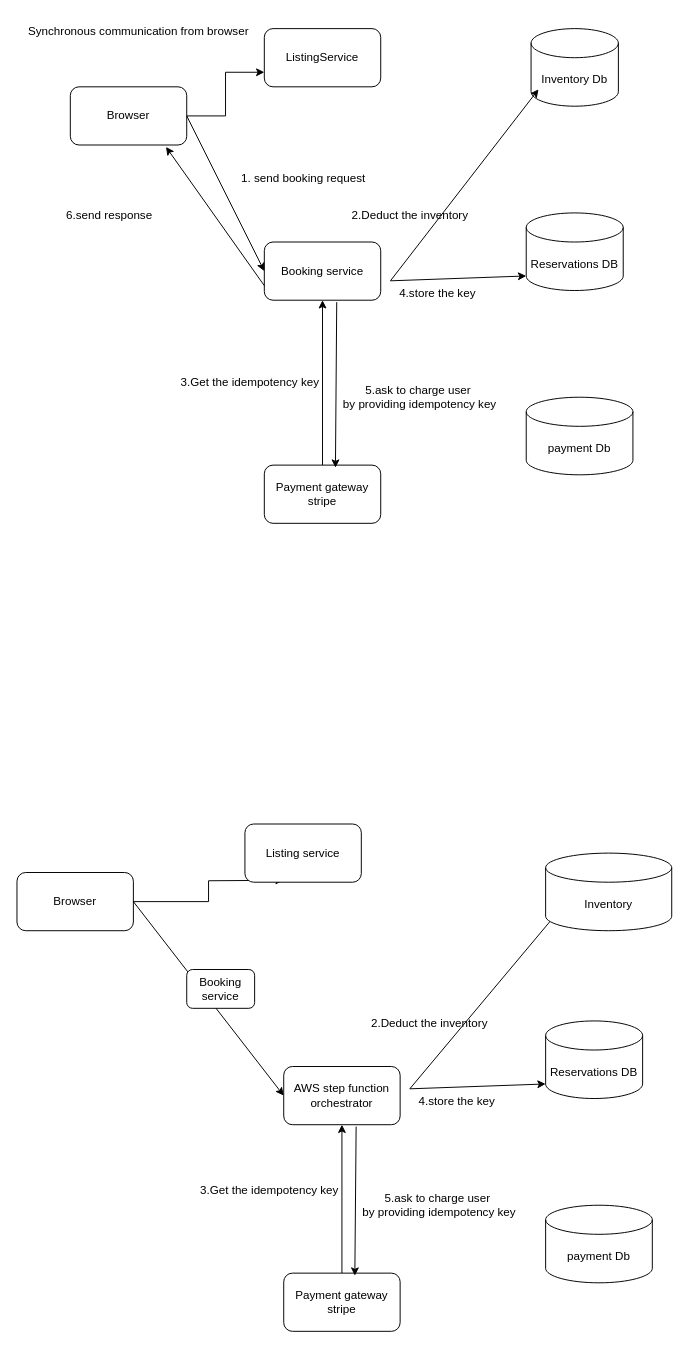
The draw.io diagram payment/Payment.drawio in vemarajusaikrishna/hld, before the edit. Source tidied: cells renumbered, new cells numbered last; positions are measured from the earlier drawing's top-left corner, leaving out a move shared by most shapes. Both pictures are drawn from the tidied source at 97%, with x=0, y=0 at pixel (16, 16).
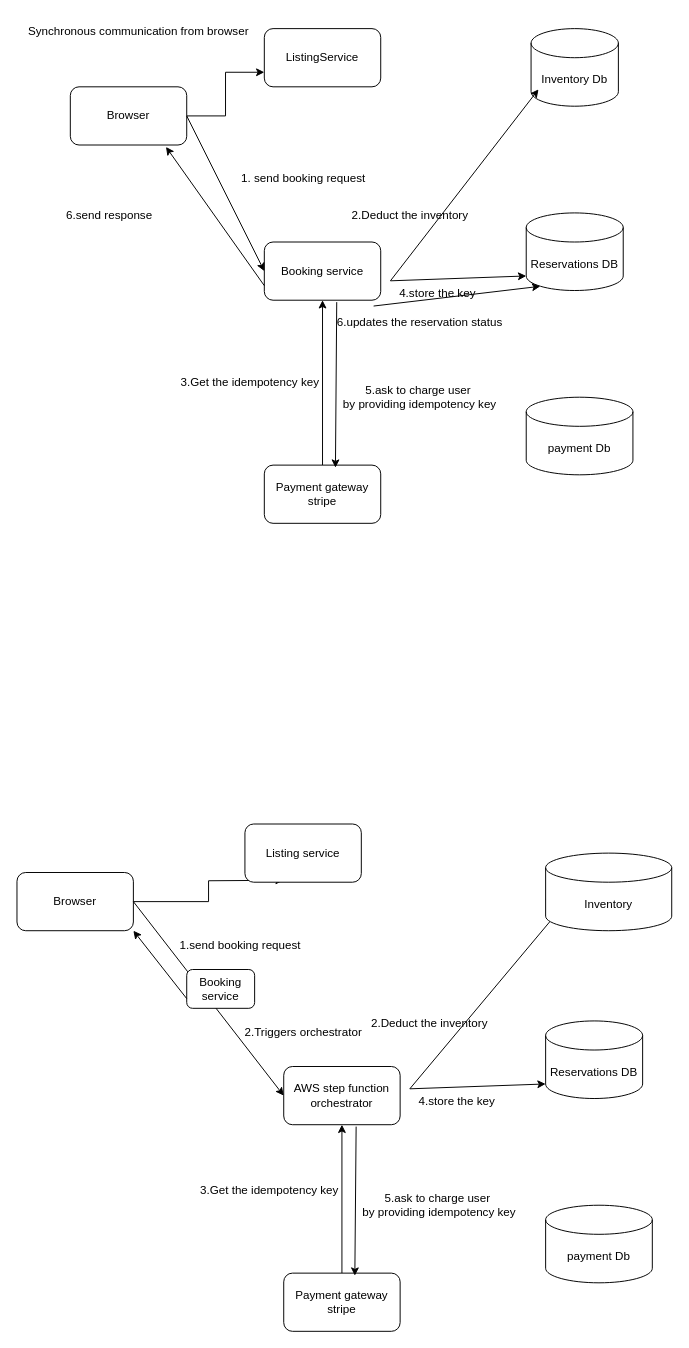
After the change.

Unchanged cells that the change refers to:
```xml
<mxCell id="5" value="Reservations DB" style="shape=cylinder3;whiteSpace=wrap;html=1;boundedLbl=1;backgroundOutline=1;size=15;" parent="1" vertex="1">
  <mxGeometry x="525" y="202" width="100" height="80" as="geometry" />
</mxCell>
<mxCell id="8" value="Booking service" style="rounded=1;whiteSpace=wrap;html=1;" parent="1" vertex="1">
  <mxGeometry x="255" y="232" width="120" height="60" as="geometry" />
</mxCell>
<mxCell id="22" value="Browser" style="rounded=1;whiteSpace=wrap;html=1;" parent="1" vertex="1">
  <mxGeometry y="882" width="120" height="60" as="geometry" />
</mxCell>
<mxCell id="39" value="Booking service" style="rounded=1;whiteSpace=wrap;html=1;" parent="1" vertex="1">
  <mxGeometry x="175" y="982" width="70" height="40" as="geometry" />
</mxCell>
```

Diff of the diagram source:
```diff
@@
+    <mxCell id="43" value="1.send booking request" style="text;html=1;align=center;verticalAlign=middle;strokeColor=none;fillColor=none;" parent="1" vertex="1">
+      <mxGeometry x="155" y="942" width="150" height="30" as="geometry" />
+    </mxCell>
+    <mxCell id="44" value="2.Triggers orchestrator" style="text;html=1;align=center;verticalAlign=middle;strokeColor=none;fillColor=none;" parent="1" vertex="1">
+      <mxGeometry x="225" y="1032" width="140" height="30" as="geometry" />
+    </mxCell>
+    <mxCell id="45" style="endArrow=classic;html=1;rounded=0;exitX=0;exitY=0.75;exitDx=0;exitDy=0;entryX=1;entryY=1;entryDx=0;entryDy=0;" parent="1" edge="1" source="39" target="22">
+      <mxGeometry relative="1" as="geometry" />
+    </mxCell>
+    <mxCell id="46" style="endArrow=classic;html=1;rounded=0;exitX=0.939;exitY=1.1;exitDx=0;exitDy=0;exitPerimeter=0;entryX=0.145;entryY=1;entryDx=0;entryDy=-4.35;entryPerimeter=0;" parent="1" edge="1" source="8" target="5">
+      <mxGeometry relative="1" as="geometry" />
+    </mxCell>
+    <mxCell id="47" value="6.updates the reservation status" style="text;html=1;align=center;verticalAlign=middle;strokeColor=none;fillColor=none;" parent="1" vertex="1">
+      <mxGeometry x="320" y="300" width="190" height="30" as="geometry" />
+    </mxCell>
```
